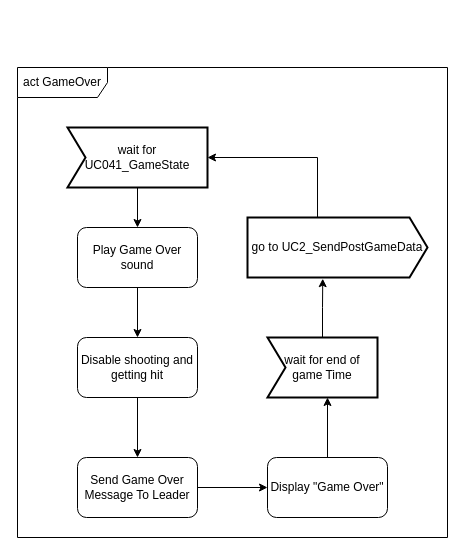
Above: diagrammen/Activity diagrams/AD_player_UC05_GameOver.drawio in toob01/LaserGameHU (draw.io), before the change. Source tidied: cells renumbered, new cells numbered last; positions are measured from the earlier drawing's top-left corner, leaving out a move shared by most shapes. Both pictures are drawn from the tidied source at 100%, with x=0, y=0 at pixel (17, 67).
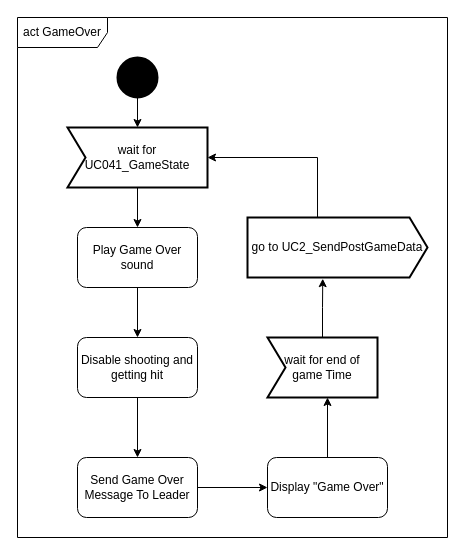
The same page after the edit.

Change to the diagram source:
```diff
@@
 <mxGraphModel>
   <root>
     <mxCell id="0" />
     <mxCell id="1" parent="0" />
     <mxCell id="2" value="act GameOver" style="shape=umlFrame;whiteSpace=wrap;html=1;width=90;height=30;" parent="1" vertex="1">
-      <mxGeometry width="430" height="470" as="geometry" />
+      <mxGeometry y="-50" width="430" height="520" as="geometry" />
     </mxCell>
     <mxCell id="3" style="edgeStyle=orthogonalEdgeStyle;rounded=0;jettySize=auto;html=1;entryX=0.5;entryY=0;entryDx=0;entryDy=0;" parent="1" edge="1" source="4" target="6">
       <mxGeometry relative="1" as="geometry" />
     </mxCell>
     <mxCell id="4" value="Play Game Over sound" style="rounded=1;whiteSpace=wrap;html=1;" parent="1" vertex="1">
       <mxGeometry x="60" y="160" width="120" height="60" as="geometry" />
     </mxCell>
     <mxCell id="5" style="edgeStyle=orthogonalEdgeStyle;rounded=0;jettySize=auto;html=1;entryX=0.5;entryY=0;entryDx=0;entryDy=0;" parent="1" edge="1" source="6" target="8">
       <mxGeometry relative="1" as="geometry" />
     </mxCell>
     <mxCell id="6" value="Disable shooting and getting hit" style="rounded=1;whiteSpace=wrap;html=1;" parent="1" vertex="1">
       <mxGeometry x="60" y="270" width="120" height="60" as="geometry" />
     </mxCell>
     <mxCell id="7" style="edgeStyle=orthogonalEdgeStyle;rounded=0;jettySize=auto;html=1;entryX=0;entryY=0.5;entryDx=0;entryDy=0;" parent="1" edge="1" source="8" target="10">
       <mxGeometry relative="1" as="geometry" />
     </mxCell>
     <mxCell id="8" value="Send Game Over Message To Leader" style="rounded=1;whiteSpace=wrap;html=1;" parent="1" vertex="1">
       <mxGeometry x="60" y="390" width="120" height="60" as="geometry" />
     </mxCell>
     <mxCell id="9" style="edgeStyle=orthogonalEdgeStyle;rounded=0;jettySize=auto;html=1;entryX=0.5;entryY=1;entryDx=0;entryDy=0;" parent="1" edge="1" source="10">
       <mxGeometry relative="1" as="geometry">
         <mxPoint x="310" y="330" as="targetPoint" />
       </mxGeometry>
     </mxCell>
     <mxCell id="10" value="Display &quot;Game Over&quot;" style="rounded=1;whiteSpace=wrap;html=1;" parent="1" vertex="1">
       <mxGeometry x="250" y="390" width="120" height="60" as="geometry" />
     </mxCell>
     <mxCell id="11" style="edgeStyle=orthogonalEdgeStyle;rounded=0;jettySize=auto;html=1;entryX=0.5;entryY=0;entryDx=0;entryDy=0;" parent="1" edge="1" source="12" target="4">
       <mxGeometry relative="1" as="geometry" />
     </mxCell>
     <mxCell id="12" value="wait for UC041_GameState" style="html=1;shape=mxgraph.sysml.accEvent;strokeWidth=2;whiteSpace=wrap;align=center;" parent="1" vertex="1">
       <mxGeometry x="50" y="60" width="140" height="60" as="geometry" />
     </mxCell>
     <mxCell id="13" value="wait for end of game Time" style="html=1;shape=mxgraph.sysml.accEvent;strokeWidth=2;whiteSpace=wrap;align=center;" parent="1" vertex="1">
       <mxGeometry x="250" y="270" width="110" height="60" as="geometry" />
     </mxCell>
     <mxCell id="14" value="go to UC2_SendPostGameData" style="html=1;shape=mxgraph.sysml.sendSigAct;strokeWidth=2;whiteSpace=wrap;align=center;" parent="1" vertex="1">
       <mxGeometry x="230" y="150" width="180" height="60" as="geometry" />
     </mxCell>
     <mxCell id="15" style="edgeStyle=orthogonalEdgeStyle;rounded=0;jettySize=auto;html=1;entryX=0.418;entryY=1.02;entryDx=0;entryDy=0;entryPerimeter=0;" parent="1" edge="1" source="13" target="14">
       <mxGeometry relative="1" as="geometry" />
     </mxCell>
     <mxCell id="16" style="edgeStyle=orthogonalEdgeStyle;rounded=0;jettySize=auto;html=1;entryX=1;entryY=0.5;entryDx=0;entryDy=0;entryPerimeter=0;exitX=0.389;exitY=0;exitDx=0;exitDy=0;exitPerimeter=0;" parent="1" edge="1" source="14" target="12">
       <mxGeometry relative="1" as="geometry" />
     </mxCell>
+    <mxCell id="17" style="shape=ellipse;html=1;fillColor=strokeColor;strokeWidth=2;verticalLabelPosition=bottom;verticalAlignment=top;perimeter=ellipsePerimeter;" parent="1" vertex="1">
+      <mxGeometry x="100" y="-10" width="40" height="40" as="geometry" />
+    </mxCell>
+    <mxCell id="18" style="edgeStyle=orthogonalEdgeStyle;rounded=0;jettySize=auto;html=1;entryX=0.5;entryY=0;entryDx=0;entryDy=0;entryPerimeter=0;" parent="1" edge="1" source="17" target="12">
+      <mxGeometry relative="1" as="geometry" />
+    </mxCell>
   </root>
 </mxGraphModel>
```
